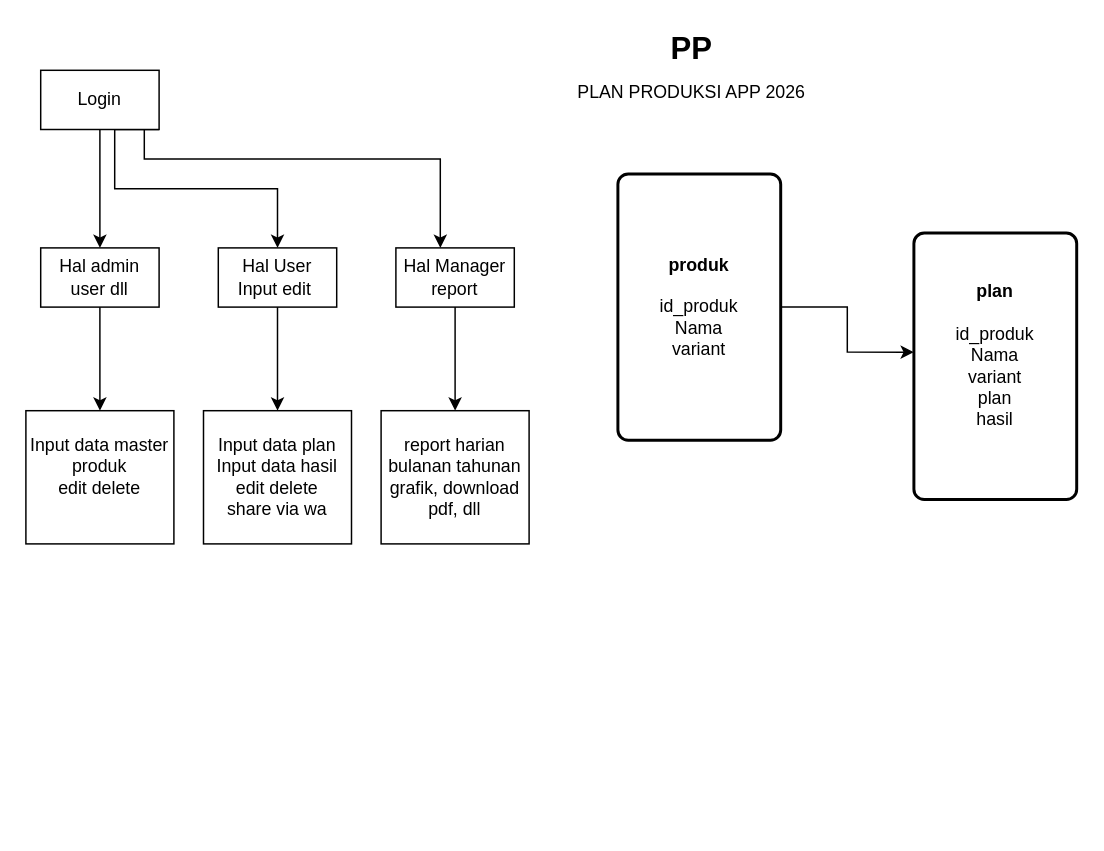
Earlier version of the draw.io diagram PLAN PRODUKSI.drawio (prasetyoares/Aplikasi). Source tidied: cells renumbered, new cells numbered last; positions are measured from the earlier drawing's top-left corner, leaving out a move shared by most shapes. Both pictures are drawn from the tidied source at 148%, with x=0, y=0 at pixel (25, 25).
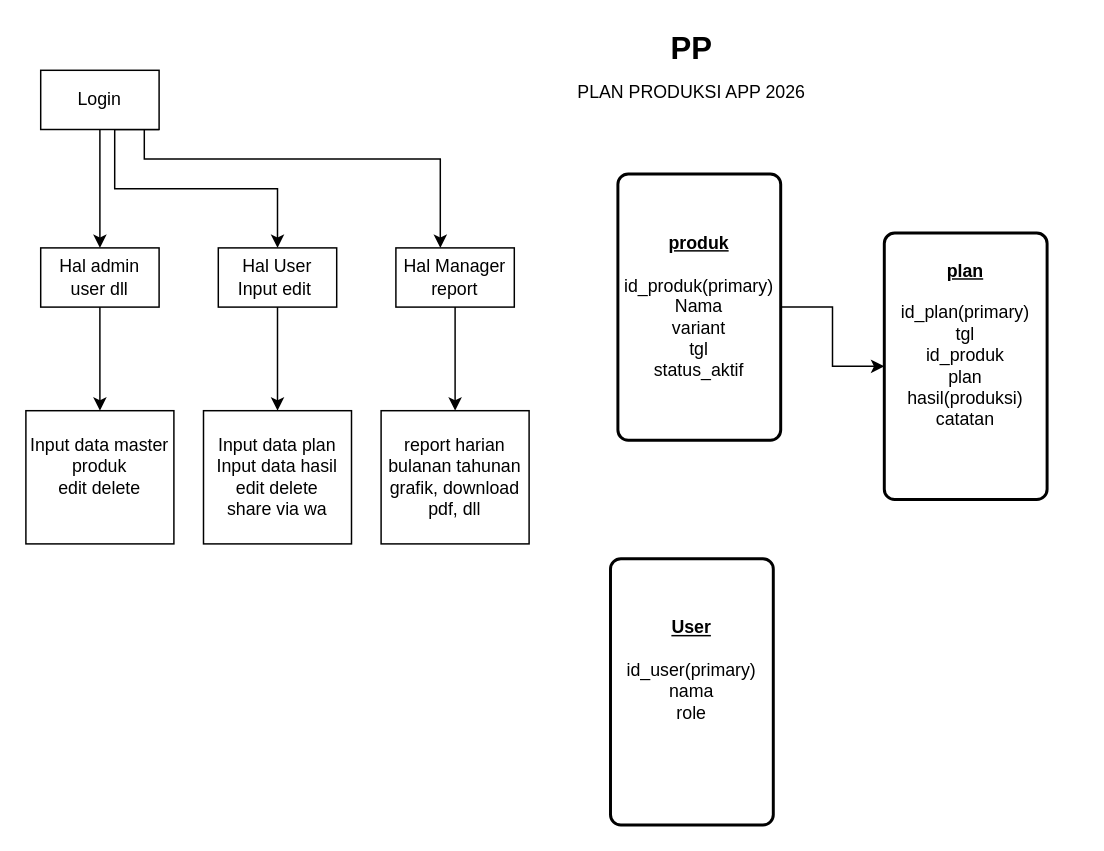
Above is the later version.

The edit, as a diff of the source:
```diff
@@
-    <mxCell id="17" style="edgeStyle=orthogonalEdgeStyle;rounded=0;jettySize=auto;html=1;entryX=-0.027;entryY=0.444;entryDx=0;entryDy=0;defaultLabelBackgroundColor=page;labelPadding=0 4;" parent="1" edge="1" source="18" target="19">
-      <mxGeometry relative="1" as="geometry" />
+    <mxCell id="17" style="edgeStyle=orthogonalEdgeStyle;rounded=0;jettySize=auto;html=1;entryX=0;entryY=0.5;entryDx=0;entryDy=0;defaultLabelBackgroundColor=page;labelPadding=0 4;" parent="1" edge="1" source="18" target="19">
+      <mxGeometry x="-0.08" relative="1" as="geometry" />
     </mxCell>
-    <mxCell id="18" value="&lt;b&gt;produk&lt;/b&gt;&lt;div&gt;&lt;b&gt;&lt;br&gt;&lt;/b&gt;&lt;/div&gt;&lt;div&gt;id_produk&lt;/div&gt;&lt;div&gt;Nama&lt;/div&gt;&lt;div&gt;variant&lt;/div&gt;" style="rounded=1;whiteSpace=wrap;html=1;absoluteArcSize=1;arcSize=14;strokeWidth=2;roundedPerimeter=1;" parent="1" vertex="1">
+    <mxCell id="18" value="&lt;b&gt;&lt;u&gt;produk&lt;/u&gt;&lt;/b&gt;&lt;div&gt;&lt;b&gt;&lt;br&gt;&lt;/b&gt;&lt;/div&gt;&lt;div&gt;id_produk(primary)&lt;/div&gt;&lt;div&gt;Nama&lt;/div&gt;&lt;div&gt;variant&lt;/div&gt;&lt;div&gt;tgl&lt;/div&gt;&lt;div&gt;status_aktif&lt;/div&gt;" style="rounded=1;whiteSpace=wrap;html=1;absoluteArcSize=1;arcSize=14;strokeWidth=2;roundedPerimeter=1;" parent="1" vertex="1">
       <mxGeometry x="400" y="100" width="110" height="180" as="geometry" />
     </mxCell>
-    <mxCell id="19" value="&lt;b&gt;plan&lt;/b&gt;&lt;br&gt;&lt;div&gt;&lt;b&gt;&lt;br&gt;&lt;/b&gt;&lt;/div&gt;&lt;div&gt;id_produk&lt;/div&gt;&lt;div&gt;Nama&lt;/div&gt;&lt;div&gt;variant&lt;/div&gt;&lt;div&gt;plan&lt;/div&gt;&lt;div&gt;hasil&lt;/div&gt;&lt;div&gt;&lt;br&gt;&lt;/div&gt;" style="rounded=1;whiteSpace=wrap;html=1;absoluteArcSize=1;arcSize=14;strokeWidth=2;roundedPerimeter=1;" parent="1" vertex="1">
-      <mxGeometry x="600" y="140" width="110" height="180" as="geometry" />
+    <mxCell id="19" value="&lt;b&gt;&lt;u&gt;plan&lt;/u&gt;&lt;/b&gt;&lt;br&gt;&lt;div&gt;&lt;b&gt;&lt;br&gt;&lt;/b&gt;&lt;/div&gt;&lt;div&gt;id_plan(primary)&lt;/div&gt;&lt;div&gt;tgl&lt;/div&gt;&lt;div&gt;&lt;span style=&quot;background-color: transparent; color: light-dark(#000000, var(--ge-light-color, #ffffff));&quot;&gt;id_produk&lt;/span&gt;&lt;/div&gt;&lt;div&gt;plan&lt;/div&gt;&lt;div&gt;hasil(produksi)&lt;/div&gt;&lt;div&gt;catatan&lt;/div&gt;&lt;div&gt;&lt;br&gt;&lt;/div&gt;&lt;div&gt;&lt;br&gt;&lt;/div&gt;" style="rounded=1;whiteSpace=wrap;html=1;absoluteArcSize=1;arcSize=14;strokeWidth=2;roundedPerimeter=1;" parent="1" vertex="1">
+      <mxGeometry x="580" y="140" width="110" height="180" as="geometry" />
     </mxCell>
+    <mxCell id="20" value="&lt;b&gt;&lt;u&gt;User&lt;/u&gt;&lt;/b&gt;&lt;br&gt;&lt;div&gt;&lt;b&gt;&lt;br&gt;&lt;/b&gt;&lt;/div&gt;&lt;div&gt;id_user(primary)&lt;/div&gt;&lt;div&gt;&lt;span style=&quot;background-color: transparent; color: light-dark(#000000, var(--ge-light-color, #ffffff));&quot;&gt;nama&lt;/span&gt;&lt;/div&gt;&lt;div&gt;&lt;span style=&quot;background-color: transparent; color: light-dark(#000000, var(--ge-light-color, #ffffff));&quot;&gt;role&lt;/span&gt;&lt;/div&gt;&lt;div&gt;&lt;br&gt;&lt;/div&gt;&lt;div&gt;&lt;br&gt;&lt;/div&gt;" style="rounded=1;whiteSpace=wrap;html=1;absoluteArcSize=1;arcSize=14;strokeWidth=2;roundedPerimeter=1;" parent="1" vertex="1">
+      <mxGeometry x="395" y="360" width="110" height="180" as="geometry" />
+    </mxCell>
```
